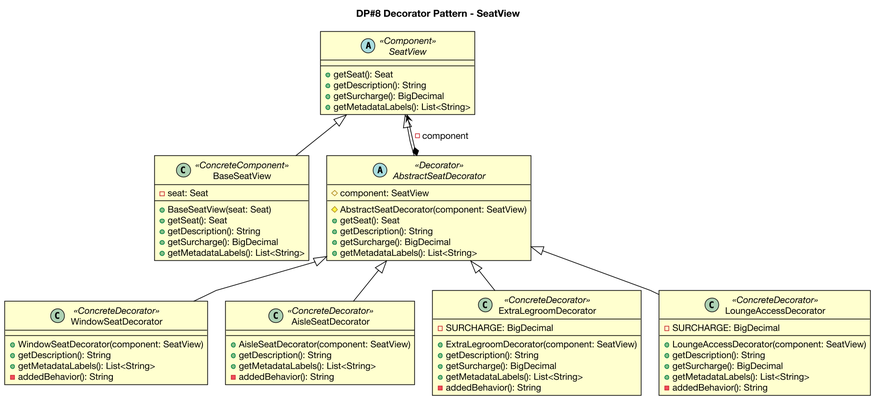
Before: docs/diagrams/iter4-puml/en/dp8-decorator.png, a diagram exported from PlantUML (gimjungwook/KoreanAirReservationDomain). Its diagram source:
```plantuml
@startuml dp8-decorator
skinparam backgroundColor #FFFFFF
skinparam shadowing false
skinparam roundcorner 0
skinparam linetype polyline
skinparam nodesep 26
skinparam ranksep 42
skinparam defaultFontName "Helvetica Neue"
skinparam defaultFontSize 13
skinparam dpi 150
skinparam class {
  BackgroundColor #FFFFCE
  BorderColor #000000
  BorderThickness 1
  ArrowColor #000000
  ArrowThickness 1
  FontColor #000000
  FontName "Helvetica Neue"
  AttributeFontColor #000000
  AttributeFontName "Helvetica Neue"
  StereotypeFontColor #000000
}
skinparam note {
  BackgroundColor #FFFFFF
  BorderColor #777777
  FontColor #000000
}

title DP#8 Decorator Pattern - SeatView
abstract class SeatView <<Component>> {
  +getSeat(): Seat
  +getDescription(): String
  +getSurcharge(): BigDecimal
  +getMetadataLabels(): List<String>
}
class BaseSeatView <<ConcreteComponent>> {
  -seat: Seat
  --
  +BaseSeatView(seat: Seat)
  +getSeat(): Seat
  +getDescription(): String
  +getSurcharge(): BigDecimal
  +getMetadataLabels(): List<String>
}
abstract class AbstractSeatDecorator <<Decorator>> {
  #component: SeatView
  --
  #AbstractSeatDecorator(component: SeatView)
  +getSeat(): Seat
  +getDescription(): String
  +getSurcharge(): BigDecimal
  +getMetadataLabels(): List<String>
}
class WindowSeatDecorator <<ConcreteDecorator>> {
  +WindowSeatDecorator(component: SeatView)
  +getDescription(): String
  +getMetadataLabels(): List<String>
  -addedBehavior(): String
}
class AisleSeatDecorator <<ConcreteDecorator>> {
  +AisleSeatDecorator(component: SeatView)
  +getDescription(): String
  +getMetadataLabels(): List<String>
  -addedBehavior(): String
}
class ExtraLegroomDecorator <<ConcreteDecorator>> {
  -SURCHARGE: BigDecimal
  --
  +ExtraLegroomDecorator(component: SeatView)
  +getDescription(): String
  +getSurcharge(): BigDecimal
  +getMetadataLabels(): List<String>
  -addedBehavior(): String
}
class LoungeAccessDecorator <<ConcreteDecorator>> {
  -SURCHARGE: BigDecimal
  --
  +LoungeAccessDecorator(component: SeatView)
  +getDescription(): String
  +getSurcharge(): BigDecimal
  +getMetadataLabels(): List<String>
  -addedBehavior(): String
}
SeatView <|-- BaseSeatView
SeatView <|-- AbstractSeatDecorator
AbstractSeatDecorator *--> SeatView : -component
AbstractSeatDecorator <|-- WindowSeatDecorator
AbstractSeatDecorator <|-- AisleSeatDecorator
AbstractSeatDecorator <|-- ExtraLegroomDecorator
AbstractSeatDecorator <|-- LoungeAccessDecorator
@enduml
```
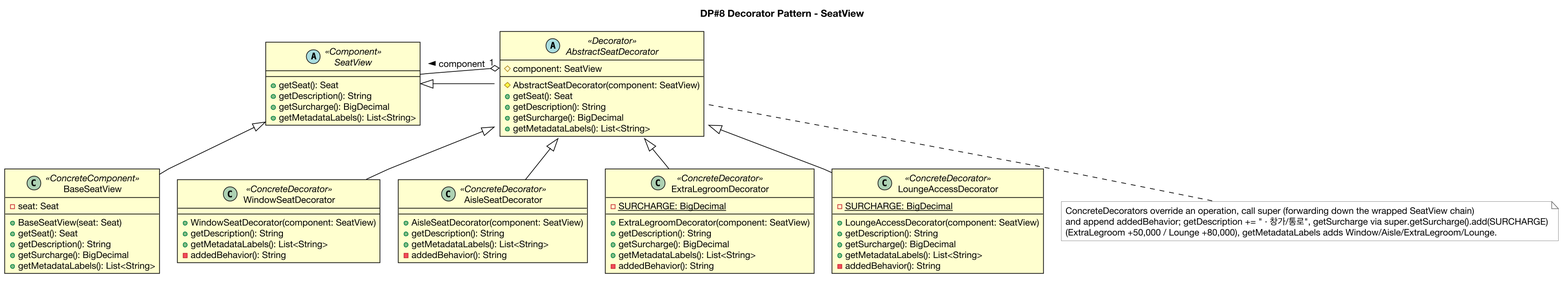
After the change.

What changed in the source:
```diff
@@ -64,7 +64,7 @@
   -addedBehavior(): String
 }
 class ExtraLegroomDecorator <<ConcreteDecorator>> {
-  -SURCHARGE: BigDecimal
+  -SURCHARGE: BigDecimal {static}
   --
   +ExtraLegroomDecorator(component: SeatView)
   +getDescription(): String
@@ -73,7 +73,7 @@
   -addedBehavior(): String
 }
 class LoungeAccessDecorator <<ConcreteDecorator>> {
-  -SURCHARGE: BigDecimal
+  -SURCHARGE: BigDecimal {static}
   --
   +LoungeAccessDecorator(component: SeatView)
   +getDescription(): String
@@ -83,9 +83,12 @@
 }
 SeatView <|-- BaseSeatView
 SeatView <|-- AbstractSeatDecorator
-AbstractSeatDecorator *--> SeatView : -component
 AbstractSeatDecorator <|-- WindowSeatDecorator
 AbstractSeatDecorator <|-- AisleSeatDecorator
 AbstractSeatDecorator <|-- ExtraLegroomDecorator
 AbstractSeatDecorator <|-- LoungeAccessDecorator
+
+AbstractSeatDecorator::component "1" o-left- SeatView : component >
+
+note bottom of AbstractSeatDecorator : ConcreteDecorators override an operation, call super (forwarding down the wrapped SeatView chain)\nand append addedBehavior; getDescription += " · 창가/통로", getSurcharge via super.getSurcharge().add(SURCHARGE)\n(ExtraLegroom +50,000 / Lounge +80,000), getMetadataLabels adds Window/Aisle/ExtraLegroom/Lounge.
 @enduml
```
